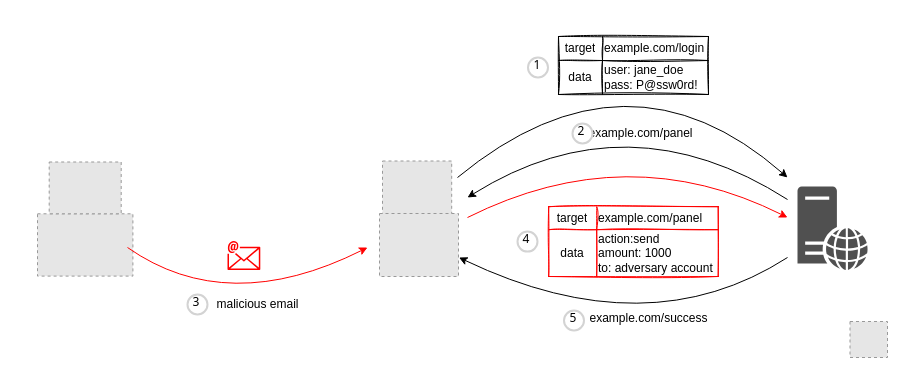
The draw.io diagram cross-site-request-forgery.drawio in qeeqbox/cross-site-request-forgery, before the edit. Source tidied: cells renumbered, new cells numbered last; positions are measured from the earlier drawing's top-left corner, leaving out a move shared by most shapes. Both pictures are drawn from the tidied source at 100%, with x=0, y=0 at pixel (17, 17). Pictures stored in the file or linked from it are replaced by grey dashed boxes.
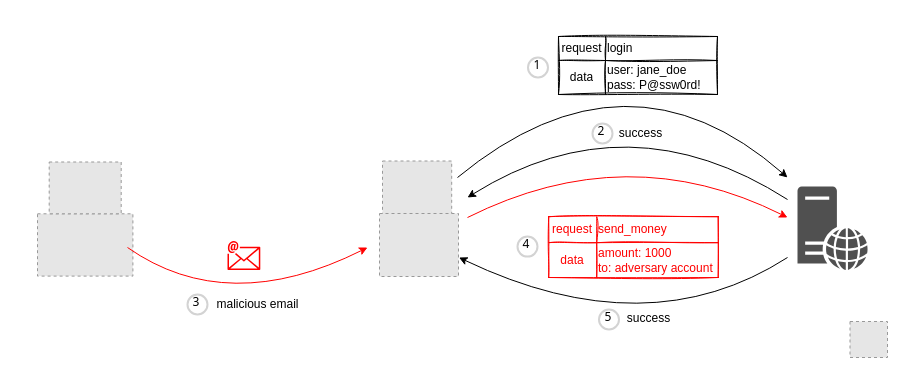
Above is the later version.

Change to the diagram source:
```diff
@@
-    <mxCell id="10" value="example.com/panel" style="text;html=1;align=center;verticalAlign=middle;strokeColor=none;fillColor=none;" parent="1" vertex="1">
-      <mxGeometry x="563" y="106" width="120" height="20" as="geometry" />
+    <mxCell id="10" value="success" style="text;html=1;align=center;verticalAlign=middle;strokeColor=none;fillColor=none;" parent="1" vertex="1">
+      <mxGeometry x="593" y="106" width="60" height="20" as="geometry" />
     </mxCell>
@@
     <mxCell id="13" style="shape=table;html=1;whiteSpace=wrap;startSize=0;childLayout=tableLayout;align=left;rounded=0;shadow=0;sketch=1;arcSize=0;" parent="1" vertex="1">
-      <mxGeometry x="541" y="19" width="150" height="58" as="geometry" />
+      <mxGeometry x="541" y="19" width="159" height="58" as="geometry" />
     </mxCell>
     <mxCell id="14" style="shape=tableRow;horizontal=0;startSize=0;swimlaneHead=0;swimlaneBody=0;top=0;left=0;bottom=0;right=0;fillColor=none;" parent="13" vertex="1">
-      <mxGeometry width="150" height="24" as="geometry" />
+      <mxGeometry width="159" height="24" as="geometry" />
     </mxCell>
-    <mxCell id="15" value="target" style="shape=partialRectangle;html=1;whiteSpace=wrap;fillColor=none;top=0;left=0;bottom=0;right=0;overflow=hidden;" parent="14" vertex="1">
-      <mxGeometry width="44" height="24" as="geometry" />
+    <mxCell id="15" value="request" style="shape=partialRectangle;html=1;whiteSpace=wrap;fillColor=none;top=0;left=0;bottom=0;right=0;overflow=hidden;" parent="14" vertex="1">
+      <mxGeometry width="47" height="24" as="geometry" />
     </mxCell>
-    <mxCell id="16" value="&lt;span style=&quot;text-align: center&quot;&gt;example.com/login&lt;/span&gt;" style="shape=partialRectangle;html=1;whiteSpace=wrap;fillColor=none;top=0;left=0;bottom=0;right=0;overflow=hidden;align=left;" parent="14" vertex="1">
-      <mxGeometry x="44" width="106" height="24" as="geometry" />
+    <mxCell id="16" value="&lt;div style=&quot;text-align: center&quot;&gt;&lt;span&gt;login&lt;/span&gt;&lt;/div&gt;" style="shape=partialRectangle;html=1;whiteSpace=wrap;fillColor=none;top=0;left=0;bottom=0;right=0;overflow=hidden;align=left;" parent="14" vertex="1">
+      <mxGeometry x="47" width="112" height="24" as="geometry" />
     </mxCell>
     <mxCell id="17" style="shape=tableRow;horizontal=0;startSize=0;swimlaneHead=0;swimlaneBody=0;top=0;left=0;bottom=0;right=0;fillColor=none;" parent="13" vertex="1">
-      <mxGeometry y="24" width="150" height="34" as="geometry" />
+      <mxGeometry y="24" width="159" height="34" as="geometry" />
     </mxCell>
     <mxCell id="18" value="data" style="shape=partialRectangle;html=1;whiteSpace=wrap;fillColor=none;top=0;left=0;bottom=0;right=0;overflow=hidden;" parent="17" vertex="1">
-      <mxGeometry width="44" height="34" as="geometry" />
+      <mxGeometry width="47" height="34" as="geometry" />
     </mxCell>
     <mxCell id="19" value="&lt;span&gt;user: jane_doe&lt;/span&gt;&lt;br&gt;&lt;span&gt;pass: P@ssw0rd!&lt;/span&gt;" style="shape=partialRectangle;html=1;whiteSpace=wrap;fillColor=none;top=0;left=0;bottom=0;right=0;overflow=hidden;align=left;" parent="17" vertex="1">
-      <mxGeometry x="44" width="106" height="34" as="geometry" />
+      <mxGeometry x="47" width="112" height="34" as="geometry" />
     </mxCell>
-    <mxCell id="20" style="shape=table;html=1;whiteSpace=wrap;startSize=0;childLayout=tableLayout;align=left;rounded=0;shadow=0;sketch=1;arcSize=0;strokeColor=#FF0000;" parent="1" vertex="1">
-      <mxGeometry x="531.2" y="189.2" width="169.5" height="69.8" as="geometry" />
+    <mxCell id="20" style="shape=table;html=1;whiteSpace=wrap;startSize=0;childLayout=tableLayout;align=left;rounded=0;shadow=0;sketch=1;arcSize=0;strokeColor=#FF0000;fontColor=#FF0000;" parent="1" vertex="1">
+      <mxGeometry x="531.2" y="199.2" width="169.5" height="60.8" as="geometry" />
     </mxCell>
     <mxCell id="21" style="shape=tableRow;horizontal=0;startSize=0;swimlaneHead=0;swimlaneBody=0;top=0;left=0;bottom=0;right=0;fillColor=none;" parent="20" vertex="1">
-      <mxGeometry width="169.5" height="23" as="geometry" />
+      <mxGeometry width="169.5" height="26" as="geometry" />
     </mxCell>
-    <mxCell id="22" value="target" style="shape=partialRectangle;html=1;whiteSpace=wrap;fillColor=none;top=0;left=0;bottom=0;right=0;overflow=hidden;" parent="21" vertex="1">
-      <mxGeometry width="48" height="23" as="geometry" />
+    <mxCell id="22" value="&lt;font color=&quot;#ff0000&quot;&gt;request&lt;/font&gt;" style="shape=partialRectangle;html=1;whiteSpace=wrap;fillColor=none;top=0;left=0;bottom=0;right=0;overflow=hidden;" parent="21" vertex="1">
+      <mxGeometry width="48" height="26" as="geometry" />
     </mxCell>
-    <mxCell id="23" value="&lt;span style=&quot;text-align: center&quot;&gt;example.com/panel&lt;/span&gt;" style="shape=partialRectangle;html=1;whiteSpace=wrap;fillColor=none;top=0;left=0;bottom=0;right=0;overflow=hidden;align=left;" parent="21" vertex="1">
-      <mxGeometry x="48" width="122" height="23" as="geometry" />
+    <mxCell id="23" value="&lt;span style=&quot;text-align: center&quot;&gt;&lt;font color=&quot;#ff0000&quot;&gt;send_money&lt;/font&gt;&lt;/span&gt;" style="shape=partialRectangle;html=1;whiteSpace=wrap;fillColor=none;top=0;left=0;bottom=0;right=0;overflow=hidden;align=left;" parent="21" vertex="1">
+      <mxGeometry x="48" width="122" height="26" as="geometry" />
     </mxCell>
     <mxCell id="24" style="shape=tableRow;horizontal=0;startSize=0;swimlaneHead=0;swimlaneBody=0;top=0;left=0;bottom=0;right=0;fillColor=none;" parent="20" vertex="1">
-      <mxGeometry y="23" width="169.5" height="47" as="geometry" />
+      <mxGeometry y="26" width="169.5" height="35" as="geometry" />
     </mxCell>
-    <mxCell id="25" value="data" style="shape=partialRectangle;html=1;whiteSpace=wrap;fillColor=none;top=0;left=0;bottom=0;right=0;overflow=hidden;" parent="24" vertex="1">
-      <mxGeometry width="48" height="47" as="geometry" />
+    <mxCell id="25" value="&lt;font color=&quot;#ff0000&quot;&gt;data&lt;/font&gt;" style="shape=partialRectangle;html=1;whiteSpace=wrap;fillColor=none;top=0;left=0;bottom=0;right=0;overflow=hidden;" parent="24" vertex="1">
+      <mxGeometry width="48" height="35" as="geometry" />
     </mxCell>
-    <mxCell id="26" value="action:send&lt;br&gt;amount: 1000&lt;br&gt;to:&amp;nbsp;adversary account" style="shape=partialRectangle;html=1;whiteSpace=wrap;fillColor=none;top=0;left=0;bottom=0;right=0;overflow=hidden;align=left;" parent="24" vertex="1">
-      <mxGeometry x="48" width="122" height="47" as="geometry" />
+    <mxCell id="26" value="&lt;font color=&quot;#ff0000&quot;&gt;amount: 1000&lt;br&gt;to:&amp;nbsp;adversary account&lt;/font&gt;" style="shape=partialRectangle;html=1;whiteSpace=wrap;fillColor=none;top=0;left=0;bottom=0;right=0;overflow=hidden;align=left;" parent="24" vertex="1">
+      <mxGeometry x="48" width="122" height="35" as="geometry" />
     </mxCell>
@@
     <mxCell id="28" value="2" style="ellipse;whiteSpace=wrap;html=1;strokeWidth=2;fontFamily=Tahoma;spacingBottom=4;spacingRight=2;strokeColor=#d3d3d3;" parent="1" vertex="1">
-      <mxGeometry x="555" y="106" width="20" height="20" as="geometry" />
+      <mxGeometry x="575" y="106" width="20" height="20" as="geometry" />
     </mxCell>
     <mxCell id="29" value="5" style="ellipse;whiteSpace=wrap;html=1;strokeWidth=2;fontFamily=Tahoma;spacingBottom=4;spacingRight=2;strokeColor=#d3d3d3;" parent="1" vertex="1">
-      <mxGeometry x="546.5" y="293" width="20" height="20" as="geometry" />
+      <mxGeometry x="581.5" y="292" width="20" height="20" as="geometry" />
     </mxCell>
-    <mxCell id="30" value="example.com/success" style="text;html=1;align=center;verticalAlign=middle;strokeColor=none;fillColor=none;" parent="1" vertex="1">
-      <mxGeometry x="566" y="291" width="130" height="20" as="geometry" />
+    <mxCell id="30" value="success" style="text;html=1;align=center;verticalAlign=middle;strokeColor=none;fillColor=none;" parent="1" vertex="1">
+      <mxGeometry x="601" y="291" width="60" height="20" as="geometry" />
     </mxCell>
@@
     <mxCell id="38" value="4" style="ellipse;whiteSpace=wrap;html=1;strokeWidth=2;fontFamily=Tahoma;spacingBottom=4;spacingRight=2;strokeColor=#d3d3d3;" parent="1" vertex="1">
-      <mxGeometry x="500" y="214.1" width="20" height="20" as="geometry" />
+      <mxGeometry x="500" y="219.1" width="20" height="20" as="geometry" />
     </mxCell>
```
